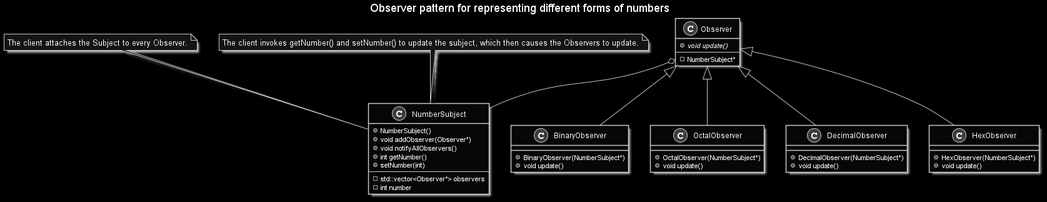
This is DesignPatterns/Cpp/Observer/ObserverPattern.png from FriskySaga/InterviewingPractice, a PlantUML export, as it was before one commit. The source it was exported from:
```plantuml
@startuml ObserverPattern

skinparam Monochrome reverse

title Observer pattern for representing different forms of numbers

class NumberSubject
{
  + NumberSubject()
  + void addObserver(Observer*)
  + void notifyAllObservers()
  + int getNumber()
  + setNumber(int)
  --
  - std::vector<Observer*> observers
  - int number
}

class Observer
{
  + {abstract} void update()
  --
  - NumberSubject*
}

class BinaryObserver
{
  + BinaryObserver(NumberSubject*)
  + void update()
}

class OctalObserver
{
  + OctalObserver(NumberSubject*)
  + void update()
}

class DecimalObserver
{
  + DecimalObserver(NumberSubject*)
  + void update()
}

class HexObserver
{
  + HexObserver(NumberSubject*)
  + void update()
}

note top of NumberSubject : The client attaches the Subject to every Observer.
note top of NumberSubject : The client invokes getNumber() and setNumber() to update the subject, which then causes the Observers to update.

Observer <|-- BinaryObserver
Observer <|-- OctalObserver
Observer <|-- DecimalObserver
Observer <|-- HexObserver
Observer o-- NumberSubject

@enduml
```
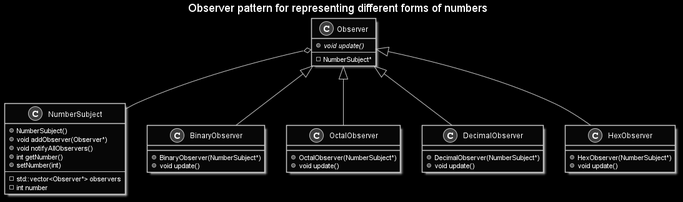
The same file after the commit.

The edit, as a diff of the source:
```diff
@@ -47,9 +47,6 @@
   + void update()
 }
 
-note top of NumberSubject : The client attaches the Subject to every Observer.
-note top of NumberSubject : The client invokes getNumber() and setNumber() to update the subject, which then causes the Observers to update.
-
 Observer <|-- BinaryObserver
 Observer <|-- OctalObserver
 Observer <|-- DecimalObserver
```
